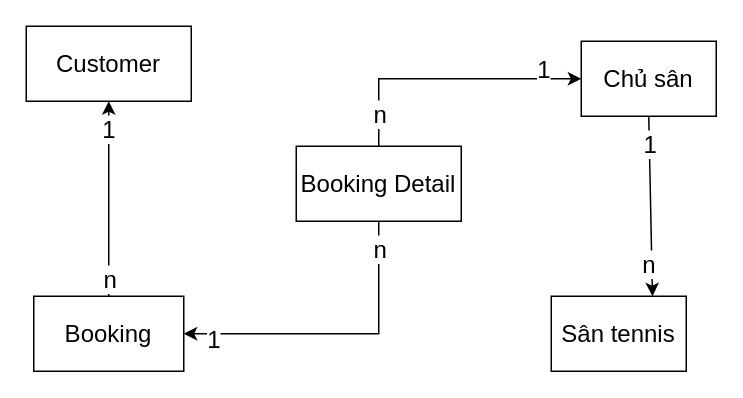
Above: page "ERD" (1 of 3) of PrepareDatabase/ERD.drawio in TienVM-02/CourtTennisBooking (draw.io), before the change. Source tidied: cells renumbered, new cells numbered last; positions are measured from the earlier drawing's top-left corner, leaving out a move shared by most shapes. Both pictures are drawn from the tidied source at 150%, with x=0, y=0 at pixel (26, 26).
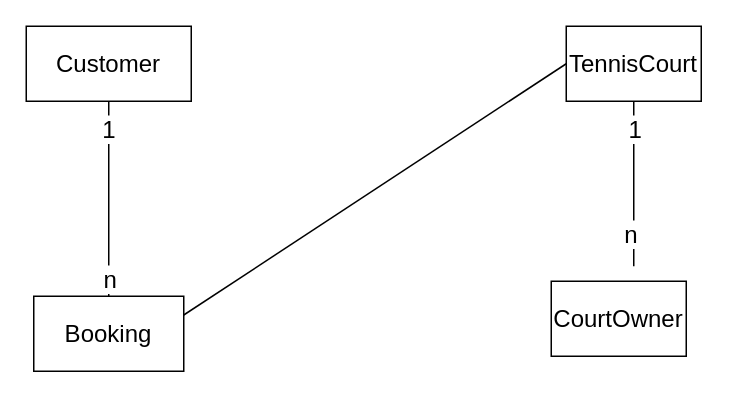
The same page after the edit.

The change refers to these unchanged cells:
```xml
<mxCell id="4" value="Customer" style="rounded=0;whiteSpace=wrap;html=1;fontSize=16;" parent="1" vertex="1">
  <mxGeometry width="110" height="50" as="geometry" />
</mxCell>
<mxCell id="8" value="Booking" style="rounded=0;whiteSpace=wrap;html=1;fontSize=16;" parent="1" vertex="1">
  <mxGeometry x="5" y="180" width="100" height="50" as="geometry" />
</mxCell>
```

Diff of the diagram source:
```diff
@@
-    <mxCell id="2" value="Chủ sân" style="rounded=0;whiteSpace=wrap;html=1;fontSize=16;" parent="1" vertex="1">
-      <mxGeometry x="370" y="10" width="90" height="50" as="geometry" />
+    <mxCell id="2" value="TennisCourt" style="rounded=0;whiteSpace=wrap;html=1;fontSize=16;" parent="1" vertex="1">
+      <mxGeometry x="360" width="90" height="50" as="geometry" />
     </mxCell>
-    <mxCell id="3" value="Sân tennis" style="rounded=0;whiteSpace=wrap;html=1;fontSize=16;" parent="1" vertex="1">
-      <mxGeometry x="350" y="180" width="90" height="50" as="geometry" />
+    <mxCell id="3" value="CourtOwner" style="rounded=0;whiteSpace=wrap;html=1;fontSize=16;" parent="1" vertex="1">
+      <mxGeometry x="350" y="170" width="90" height="50" as="geometry" />
     </mxCell>
@@
-    <mxCell id="5" style="endArrow=classic;html=1;rounded=0;fontSize=16;entryX=0.75;entryY=0;entryDx=0;entryDy=0;exitX=0.5;exitY=1;exitDx=0;exitDy=0;" parent="1" edge="1" source="2" target="3">
-      <mxGeometry relative="1" as="geometry" />
+    <mxCell id="5" style="endArrow=none;html=1;rounded=0;fontSize=16;exitX=0.5;exitY=1;exitDx=0;exitDy=0;endFill=0;" parent="1" edge="1" source="2">
+      <mxGeometry relative="1" as="geometry">
+        <mxPoint x="405" y="160" as="targetPoint" />
+      </mxGeometry>
     </mxCell>
@@
-    <mxCell id="9" style="endArrow=classic;html=1;rounded=0;fontSize=16;entryX=0.5;entryY=1;entryDx=0;entryDy=0;" parent="1" edge="1" source="8" target="4">
+    <mxCell id="9" style="endArrow=none;html=1;rounded=0;fontSize=16;entryX=0.5;entryY=1;entryDx=0;entryDy=0;endFill=0;" parent="1" edge="1" source="8" target="4">
       <mxGeometry relative="1" as="geometry" />
     </mxCell>
@@
-    <mxCell id="12" value="&lt;font style=&quot;font-size: 16px;&quot;&gt;Booking Detail&lt;/font&gt;" style="rounded=0;whiteSpace=wrap;html=1;strokeWidth=1;fontSize=16;" parent="1" vertex="1">
-      <mxGeometry x="180" y="80" width="110" height="50" as="geometry" />
-    </mxCell>
-    <mxCell id="13" style="endArrow=classic;html=1;rounded=0;fontSize=16;entryX=1;entryY=0.5;entryDx=0;entryDy=0;exitX=0.5;exitY=1;exitDx=0;exitDy=0;edgeStyle=orthogonalEdgeStyle;" parent="1" edge="1" source="12" target="8">
-      <mxGeometry relative="1" as="geometry" />
-    </mxCell>
-    <mxCell id="14" value="n" style="edgeLabel;html=1;align=left;verticalAlign=bottom;fontSize=16;" parent="13" vertex="1">
-      <mxGeometry x="-1" relative="1" as="geometry">
-        <mxPoint x="-5" y="30" as="offset" />
-      </mxGeometry>
-    </mxCell>
-    <mxCell id="15" value="1" style="edgeLabel;html=1;align=right;verticalAlign=bottom;fontSize=16;" parent="13" vertex="1">
-      <mxGeometry x="1" relative="1" as="geometry">
-        <mxPoint x="25" y="15" as="offset" />
-      </mxGeometry>
-    </mxCell>
-    <mxCell id="16" style="endArrow=classic;html=1;rounded=0;fontSize=16;entryX=0;entryY=0.5;entryDx=0;entryDy=0;exitX=0.5;exitY=0;exitDx=0;exitDy=0;edgeStyle=orthogonalEdgeStyle;" parent="1" edge="1" source="12" target="2">
-      <mxGeometry relative="1" as="geometry" />
-    </mxCell>
-    <mxCell id="17" value="n" style="edgeLabel;html=1;align=left;verticalAlign=bottom;fontSize=16;" parent="16" vertex="1">
-      <mxGeometry x="-1" relative="1" as="geometry">
-        <mxPoint x="-5" y="-10" as="offset" />
-      </mxGeometry>
-    </mxCell>
-    <mxCell id="18" value="1" style="edgeLabel;html=1;align=right;verticalAlign=bottom;fontSize=16;" parent="16" vertex="1">
-      <mxGeometry x="1" relative="1" as="geometry">
-        <mxPoint x="-20" y="5" as="offset" />
-      </mxGeometry>
-    </mxCell>
+    <mxCell id="19" style="endArrow=none;html=1;rounded=0;exitX=1;exitY=0.25;exitDx=0;exitDy=0;entryX=0;entryY=0.5;entryDx=0;entryDy=0;" parent="1" edge="1" source="8" target="2">
+      <mxGeometry relative="1" as="geometry" />
+    </mxCell>
```
